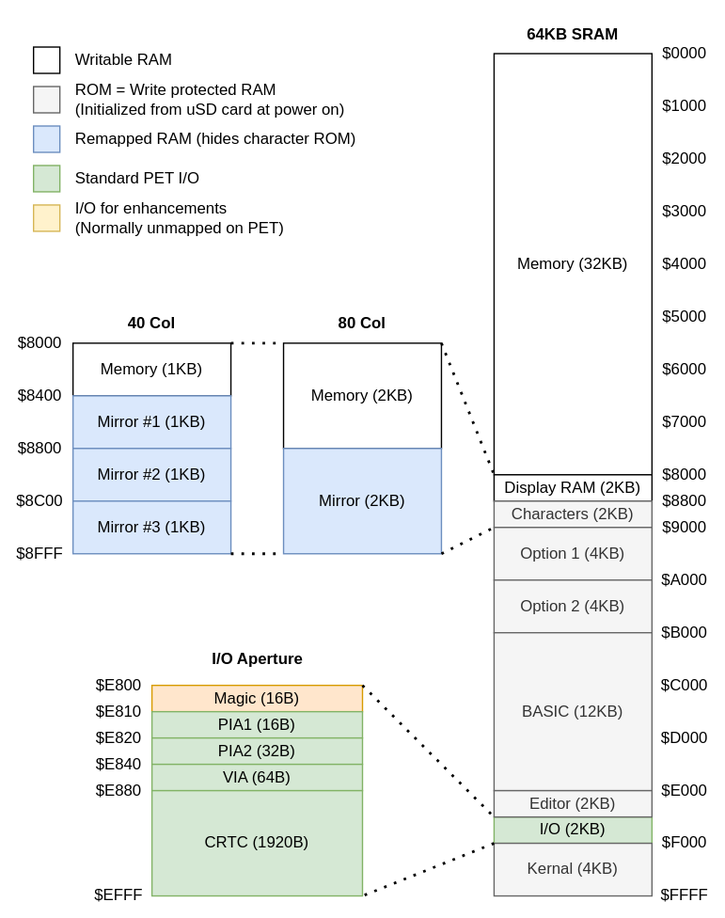
Above: docs/img/memory-map.drawio.svg in DLehenbauer/commodore-pet-clone (draw.io), before the change. Source tidied: cells renumbered, new cells last; positions are measured from the earlier drawing's top-left corner, leaving out a move shared by most shapes.
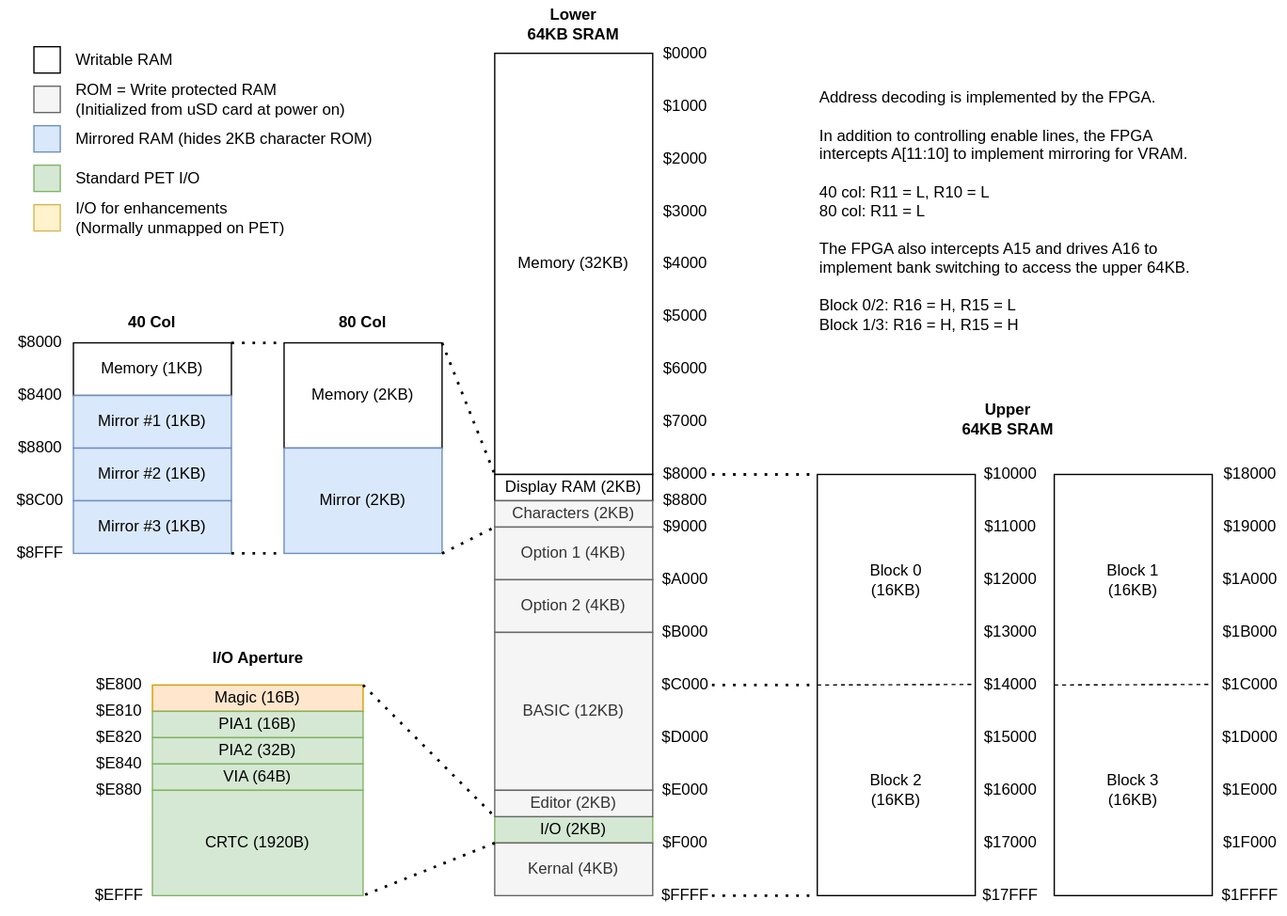
Above is the later version.

Commit message:
doc: update memory map for bank switching

Diff of the diagram source:
```diff
@@ -80,7 +80,7 @@
     <mxCell id="27" value="$FFFF" style="text;html=1;strokeColor=none;fillColor=none;align=center;verticalAlign=middle;whiteSpace=wrap;rounded=0;" parent="1" vertex="1">
       <mxGeometry x="490" y="665" width="60" height="30" as="geometry" />
     </mxCell>
-    <mxCell id="28" value="&lt;br&gt;64KB SRAM" style="text;html=1;strokeColor=none;fillColor=none;align=center;verticalAlign=middle;whiteSpace=wrap;rounded=0;fontStyle=1;" parent="1" vertex="1">
+    <mxCell id="28" value="Lower&lt;br&gt;64KB SRAM" style="text;html=1;strokeColor=none;fillColor=none;align=center;verticalAlign=middle;whiteSpace=wrap;rounded=0;fontStyle=1;" parent="1" vertex="1">
       <mxGeometry x="375" width="120" height="35" as="geometry" />
     </mxCell>
     <mxCell id="29" value="Memory (2KB)" style="rounded=0;whiteSpace=wrap;html=1;" parent="1" vertex="1">
@@ -192,7 +192,7 @@
     <mxCell id="63" style="rounded=0;whiteSpace=wrap;html=1;fillColor=#dae8fc;strokeColor=#6c8ebf;" parent="1" vertex="1">
       <mxGeometry x="25" y="95" width="20" height="20" as="geometry" />
     </mxCell>
-    <mxCell id="64" value="Remapped RAM (hides character ROM)" style="text;html=1;strokeColor=none;fillColor=none;align=left;verticalAlign=middle;whiteSpace=wrap;rounded=0;" parent="1" vertex="1">
+    <mxCell id="64" value="Mirrored RAM (hides 2KB character ROM)" style="text;html=1;strokeColor=none;fillColor=none;align=left;verticalAlign=middle;whiteSpace=wrap;rounded=0;" parent="1" vertex="1">
       <mxGeometry x="55" y="90" width="235" height="30" as="geometry" />
     </mxCell>
     <mxCell id="65" style="rounded=0;whiteSpace=wrap;html=1;fillColor=#d5e8d4;strokeColor=#82b366;" parent="1" vertex="1">
@@ -213,5 +213,112 @@
     <mxCell id="70" value="I/O Aperture" style="text;html=1;strokeColor=none;fillColor=none;align=center;verticalAlign=middle;whiteSpace=wrap;rounded=0;fontStyle=1;" parent="1" vertex="1">
       <mxGeometry x="142.5" y="485" width="105" height="30" as="geometry" />
     </mxCell>
+    <mxCell id="71" style="rounded=0;whiteSpace=wrap;html=1;" parent="1" vertex="1">
+      <mxGeometry x="620" y="360" width="120" height="320" as="geometry" />
+    </mxCell>
+    <mxCell id="72" style="rounded=0;whiteSpace=wrap;html=1;" parent="1" vertex="1">
+      <mxGeometry x="800" y="360" width="120" height="320" as="geometry" />
+    </mxCell>
+    <mxCell id="73" value="$17FFF" style="text;html=1;strokeColor=none;fillColor=none;align=center;verticalAlign=middle;whiteSpace=wrap;rounded=0;" parent="1" vertex="1">
+      <mxGeometry x="740" y="665" width="54" height="30" as="geometry" />
+    </mxCell>
+    <mxCell id="74" value="$10000" style="text;html=1;strokeColor=none;fillColor=none;align=center;verticalAlign=middle;whiteSpace=wrap;rounded=0;" parent="1" vertex="1">
+      <mxGeometry x="740" y="345" width="54" height="30" as="geometry" />
+    </mxCell>
+    <mxCell id="75" value="$11000" style="text;html=1;strokeColor=none;fillColor=none;align=center;verticalAlign=middle;whiteSpace=wrap;rounded=0;" parent="1" vertex="1">
+      <mxGeometry x="740" y="385" width="54" height="30" as="geometry" />
+    </mxCell>
+    <mxCell id="76" value="$12000" style="text;html=1;strokeColor=none;fillColor=none;align=center;verticalAlign=middle;whiteSpace=wrap;rounded=0;" parent="1" vertex="1">
+      <mxGeometry x="740" y="425" width="54" height="30" as="geometry" />
+    </mxCell>
+    <mxCell id="77" value="$13000" style="text;html=1;strokeColor=none;fillColor=none;align=center;verticalAlign=middle;whiteSpace=wrap;rounded=0;" parent="1" vertex="1">
+      <mxGeometry x="740" y="465" width="54" height="30" as="geometry" />
+    </mxCell>
+    <mxCell id="78" value="$14000" style="text;html=1;strokeColor=none;fillColor=none;align=center;verticalAlign=middle;whiteSpace=wrap;rounded=0;" parent="1" vertex="1">
+      <mxGeometry x="740" y="505" width="54" height="30" as="geometry" />
+    </mxCell>
+    <mxCell id="79" value="$15000" style="text;html=1;strokeColor=none;fillColor=none;align=center;verticalAlign=middle;whiteSpace=wrap;rounded=0;" parent="1" vertex="1">
+      <mxGeometry x="740" y="545" width="54" height="30" as="geometry" />
+    </mxCell>
+    <mxCell id="80" value="$16000" style="text;html=1;strokeColor=none;fillColor=none;align=center;verticalAlign=middle;whiteSpace=wrap;rounded=0;" parent="1" vertex="1">
+      <mxGeometry x="740" y="585" width="54" height="30" as="geometry" />
+    </mxCell>
+    <mxCell id="81" value="$17000" style="text;html=1;strokeColor=none;fillColor=none;align=center;verticalAlign=middle;whiteSpace=wrap;rounded=0;" parent="1" vertex="1">
+      <mxGeometry x="740" y="625" width="54" height="30" as="geometry" />
+    </mxCell>
+    <mxCell id="82" value="$18000" style="text;html=1;strokeColor=none;fillColor=none;align=center;verticalAlign=middle;whiteSpace=wrap;rounded=0;" parent="1" vertex="1">
+      <mxGeometry x="922" y="345" width="54" height="30" as="geometry" />
+    </mxCell>
+    <mxCell id="83" value="$19000" style="text;html=1;strokeColor=none;fillColor=none;align=center;verticalAlign=middle;whiteSpace=wrap;rounded=0;" parent="1" vertex="1">
+      <mxGeometry x="922" y="385" width="54" height="30" as="geometry" />
+    </mxCell>
+    <mxCell id="84" value="$1A000" style="text;html=1;strokeColor=none;fillColor=none;align=center;verticalAlign=middle;whiteSpace=wrap;rounded=0;" parent="1" vertex="1">
+      <mxGeometry x="922" y="425" width="54" height="30" as="geometry" />
+    </mxCell>
+    <mxCell id="85" value="$1B000" style="text;html=1;strokeColor=none;fillColor=none;align=center;verticalAlign=middle;whiteSpace=wrap;rounded=0;" parent="1" vertex="1">
+      <mxGeometry x="922" y="465" width="54" height="30" as="geometry" />
+    </mxCell>
+    <mxCell id="86" value="$1C000" style="text;html=1;strokeColor=none;fillColor=none;align=center;verticalAlign=middle;whiteSpace=wrap;rounded=0;" parent="1" vertex="1">
+      <mxGeometry x="922" y="505" width="54" height="30" as="geometry" />
+    </mxCell>
+    <mxCell id="87" value="$1D000" style="text;html=1;strokeColor=none;fillColor=none;align=center;verticalAlign=middle;whiteSpace=wrap;rounded=0;" parent="1" vertex="1">
+      <mxGeometry x="922" y="545" width="54" height="30" as="geometry" />
+    </mxCell>
+    <mxCell id="88" value="$1E000" style="text;html=1;strokeColor=none;fillColor=none;align=center;verticalAlign=middle;whiteSpace=wrap;rounded=0;" parent="1" vertex="1">
+      <mxGeometry x="922" y="585" width="54" height="30" as="geometry" />
+    </mxCell>
+    <mxCell id="89" value="$1F000" style="text;html=1;strokeColor=none;fillColor=none;align=center;verticalAlign=middle;whiteSpace=wrap;rounded=0;" parent="1" vertex="1">
+      <mxGeometry x="922" y="625" width="54" height="30" as="geometry" />
+    </mxCell>
+    <mxCell id="90" value="$1FFFF" style="text;html=1;strokeColor=none;fillColor=none;align=center;verticalAlign=middle;whiteSpace=wrap;rounded=0;" parent="1" vertex="1">
+      <mxGeometry x="922" y="665" width="54" height="30" as="geometry" />
+    </mxCell>
+    <mxCell id="91" style="endArrow=none;dashed=1;html=1;entryX=-0.077;entryY=-0.181;entryDx=0;entryDy=0;entryPerimeter=0;" parent="1" edge="1">
+      <mxGeometry relative="1" as="geometry">
+        <mxPoint x="620" y="520" as="sourcePoint" />
+        <mxPoint x="737.8" y="519.6" as="targetPoint" />
+      </mxGeometry>
+    </mxCell>
+    <mxCell id="92" style="endArrow=none;dashed=1;html=1;entryX=-0.077;entryY=-0.181;entryDx=0;entryDy=0;entryPerimeter=0;" parent="1" edge="1">
+      <mxGeometry relative="1" as="geometry">
+        <mxPoint x="800" y="520" as="sourcePoint" />
+        <mxPoint x="917.8" y="519.6" as="targetPoint" />
+      </mxGeometry>
+    </mxCell>
+    <mxCell id="93" value="Block 0&lt;br&gt;(16KB)" style="text;html=1;strokeColor=none;fillColor=none;align=center;verticalAlign=middle;whiteSpace=wrap;rounded=0;" parent="1" vertex="1">
+      <mxGeometry x="650" y="425" width="60" height="30" as="geometry" />
+    </mxCell>
+    <mxCell id="94" value="Block 1&lt;br&gt;(16KB)" style="text;html=1;strokeColor=none;fillColor=none;align=center;verticalAlign=middle;whiteSpace=wrap;rounded=0;" parent="1" vertex="1">
+      <mxGeometry x="830" y="425" width="60" height="30" as="geometry" />
+    </mxCell>
+    <mxCell id="95" value="Block 2&lt;br&gt;(16KB)" style="text;html=1;strokeColor=none;fillColor=none;align=center;verticalAlign=middle;whiteSpace=wrap;rounded=0;" parent="1" vertex="1">
+      <mxGeometry x="650" y="585" width="60" height="30" as="geometry" />
+    </mxCell>
+    <mxCell id="96" value="Block 3&lt;br&gt;(16KB)" style="text;html=1;strokeColor=none;fillColor=none;align=center;verticalAlign=middle;whiteSpace=wrap;rounded=0;" parent="1" vertex="1">
+      <mxGeometry x="830" y="585" width="60" height="30" as="geometry" />
+    </mxCell>
+    <mxCell id="97" style="endArrow=none;dashed=1;html=1;dashPattern=1 3;strokeWidth=2;entryX=0;entryY=0;entryDx=0;entryDy=0;" parent="1" edge="1" target="71">
+      <mxGeometry relative="1" as="geometry">
+        <mxPoint x="540" y="360" as="sourcePoint" />
+      </mxGeometry>
+    </mxCell>
+    <mxCell id="98" style="endArrow=none;dashed=1;html=1;dashPattern=1 3;strokeWidth=2;entryX=0;entryY=0;entryDx=0;entryDy=0;" parent="1" edge="1">
+      <mxGeometry relative="1" as="geometry">
+        <mxPoint x="540" y="680" as="sourcePoint" />
+        <mxPoint x="620" y="680" as="targetPoint" />
+      </mxGeometry>
+    </mxCell>
+    <mxCell id="99" value="Address decoding is implemented by the FPGA.&lt;br&gt;&lt;br&gt;In addition to controlling enable lines, the FPGA intercepts A[11:10] to implement mirroring for VRAM.&lt;br&gt;&lt;br&gt;40 col: R11 = L, R10 = L&lt;br&gt;80 col: R11 = L&lt;br&gt;&lt;br&gt;The FPGA also intercepts A15 and drives A16 to implement bank switching to access the upper 64KB.&lt;br&gt;&lt;br&gt;Block 0/2: R16 = H, R15 = L&lt;br&gt;Block 1/3: R16 = H, R15 = H" style="text;html=1;strokeColor=none;fillColor=none;align=left;verticalAlign=middle;whiteSpace=wrap;rounded=0;" parent="1" vertex="1">
+      <mxGeometry x="620" y="57.5" width="300" height="205" as="geometry" />
+    </mxCell>
+    <mxCell id="100" style="endArrow=none;dashed=1;html=1;dashPattern=1 3;strokeWidth=2;entryX=0;entryY=0;entryDx=0;entryDy=0;" parent="1" edge="1">
+      <mxGeometry relative="1" as="geometry">
+        <mxPoint x="540" y="520" as="sourcePoint" />
+        <mxPoint x="620" y="520" as="targetPoint" />
+      </mxGeometry>
+    </mxCell>
+    <mxCell id="101" value="Upper&lt;br&gt;64KB SRAM" style="text;html=1;strokeColor=none;fillColor=none;align=center;verticalAlign=middle;whiteSpace=wrap;rounded=0;fontStyle=1;" parent="1" vertex="1">
+      <mxGeometry x="705" y="300" width="120" height="35" as="geometry" />
+    </mxCell>
   </root>
 </mxGraphModel>
```
